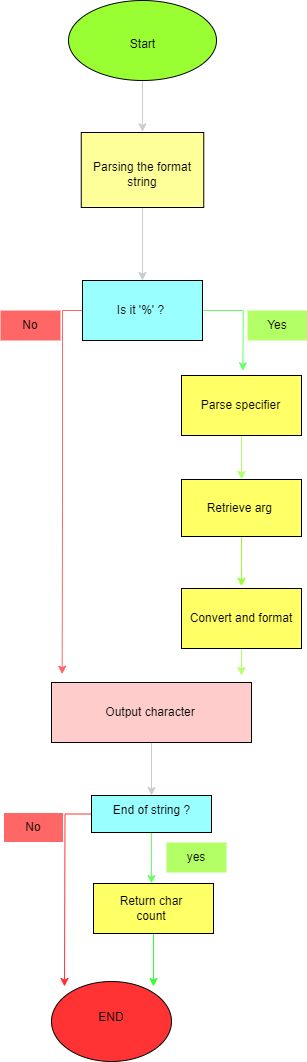
The draw.io diagram flowchartprintf().png in Aymeric154/holbertonschool-printf, before a commit. Source tidied: cells renumbered, new cells last; positions are measured from the earlier drawing's top-left corner, leaving out a move shared by most shapes. The source it was exported from:
```xml
<mxGraphModel>
  <root>
    <mxCell id="0" />
    <mxCell id="1" parent="0" />
    <mxCell id="2" style="edgeStyle=orthogonalEdgeStyle;rounded=0;jettySize=auto;html=1;exitX=0.5;exitY=1;exitDx=0;exitDy=0;fillColor=#CCCCCC;strokeColor=#CCCCCC;" parent="1" edge="1" source="3">
      <mxGeometry relative="1" as="geometry">
        <mxPoint x="142" y="131.3" as="targetPoint" />
      </mxGeometry>
    </mxCell>
    <mxCell id="3" style="ellipse;whiteSpace=wrap;html=1;fillColor=#99FF33;" parent="1" vertex="1">
      <mxGeometry x="68" width="148" height="80" as="geometry" />
    </mxCell>
    <mxCell id="4" value="Start" style="text;strokeColor=none;align=center;fillColor=none;html=1;verticalAlign=middle;whiteSpace=wrap;rounded=0;" parent="1" vertex="1">
      <mxGeometry x="95.5" y="14" width="93" height="60" as="geometry" />
    </mxCell>
    <mxCell id="5" style="edgeStyle=orthogonalEdgeStyle;rounded=0;jettySize=auto;html=1;exitX=0.5;exitY=1;exitDx=0;exitDy=0;entryX=0.5;entryY=0;entryDx=0;entryDy=0;strokeColor=#CCCCCC;" parent="1" edge="1" source="6" target="10">
      <mxGeometry relative="1" as="geometry" />
    </mxCell>
    <mxCell id="6" style="rounded=0;whiteSpace=wrap;html=1;fillColor=#FFFF99;" parent="1" vertex="1">
      <mxGeometry x="80.8" y="132" width="122.5" height="75" as="geometry" />
    </mxCell>
    <mxCell id="7" value="Parsing the format string" style="text;strokeColor=none;align=center;fillColor=none;html=1;verticalAlign=middle;whiteSpace=wrap;rounded=0;" parent="1" vertex="1">
      <mxGeometry x="87" y="159" width="110" height="30" as="geometry" />
    </mxCell>
    <mxCell id="8" style="edgeStyle=orthogonalEdgeStyle;rounded=0;jettySize=auto;html=1;exitX=1;exitY=0.5;exitDx=0;exitDy=0;strokeColor=#66FF66;" parent="1" edge="1" source="10">
      <mxGeometry relative="1" as="geometry">
        <mxPoint x="242.3" y="370.3" as="targetPoint" />
      </mxGeometry>
    </mxCell>
    <mxCell id="9" style="edgeStyle=orthogonalEdgeStyle;rounded=0;jettySize=auto;html=1;fillColor=#FF3333;strokeColor=#FF6666;" parent="1" edge="1" source="10">
      <mxGeometry relative="1" as="geometry">
        <mxPoint x="61.7" y="673.7" as="targetPoint" />
      </mxGeometry>
    </mxCell>
    <mxCell id="10" style="rounded=0;whiteSpace=wrap;html=1;fillColor=#99FFFF;" parent="1" vertex="1">
      <mxGeometry x="82" y="280" width="120" height="60" as="geometry" />
    </mxCell>
    <mxCell id="11" value="Is it '%' ?" style="text;strokeColor=none;align=center;fillColor=none;html=1;verticalAlign=middle;whiteSpace=wrap;rounded=0;" parent="1" vertex="1">
      <mxGeometry x="91" y="295" width="99" height="30" as="geometry" />
    </mxCell>
    <mxCell id="12" style="edgeStyle=orthogonalEdgeStyle;rounded=0;jettySize=auto;html=1;strokeColor=#B3FF66;" parent="1" edge="1" source="13" target="15">
      <mxGeometry relative="1" as="geometry" />
    </mxCell>
    <mxCell id="13" style="rounded=0;whiteSpace=wrap;html=1;fillColor=#FFFF66;" parent="1" vertex="1">
      <mxGeometry x="181" y="375" width="120" height="60" as="geometry" />
    </mxCell>
    <mxCell id="14" style="edgeStyle=orthogonalEdgeStyle;rounded=0;jettySize=auto;html=1;exitX=0.5;exitY=1;exitDx=0;exitDy=0;strokeColor=#99FF33;" parent="1" edge="1" source="15">
      <mxGeometry relative="1" as="geometry">
        <mxPoint x="241" y="585.7" as="targetPoint" />
      </mxGeometry>
    </mxCell>
    <mxCell id="15" value="Retrieve arg&amp;nbsp;" style="rounded=0;whiteSpace=wrap;html=1;fillColor=#FFFF66;" parent="1" vertex="1">
      <mxGeometry x="181" y="479" width="120" height="57" as="geometry" />
    </mxCell>
    <mxCell id="16" style="edgeStyle=orthogonalEdgeStyle;rounded=0;jettySize=auto;html=1;strokeColor=#B3FF66;" parent="1" edge="1" source="17">
      <mxGeometry relative="1" as="geometry">
        <mxPoint x="241" y="675" as="targetPoint" />
      </mxGeometry>
    </mxCell>
    <mxCell id="17" value="Convert and format" style="rounded=0;whiteSpace=wrap;html=1;fillColor=#FFFF66;" parent="1" vertex="1">
      <mxGeometry x="181" y="588" width="120" height="60" as="geometry" />
    </mxCell>
    <mxCell id="18" value="Parse specifier" style="text;strokeColor=none;align=center;fillColor=none;html=1;verticalAlign=middle;whiteSpace=wrap;rounded=0;" parent="1" vertex="1">
      <mxGeometry x="181" y="390" width="119" height="30" as="geometry" />
    </mxCell>
    <mxCell id="19" style="edgeStyle=orthogonalEdgeStyle;rounded=0;jettySize=auto;html=1;exitX=0.5;exitY=1;exitDx=0;exitDy=0;strokeColor=#CCCCCC;" parent="1" edge="1" source="20" target="24">
      <mxGeometry relative="1" as="geometry" />
    </mxCell>
    <mxCell id="20" style="rounded=0;whiteSpace=wrap;html=1;fillColor=#FFCCCC;" parent="1" vertex="1">
      <mxGeometry x="51" y="682" width="200" height="60" as="geometry" />
    </mxCell>
    <mxCell id="21" value="Output character" style="text;strokeColor=none;align=center;fillColor=none;html=1;verticalAlign=middle;whiteSpace=wrap;rounded=0;" parent="1" vertex="1">
      <mxGeometry x="74" y="697" width="152" height="30" as="geometry" />
    </mxCell>
    <mxCell id="22" style="edgeStyle=orthogonalEdgeStyle;rounded=0;jettySize=auto;html=1;exitX=0;exitY=0.5;exitDx=0;exitDy=0;strokeColor=#FF3333;" parent="1" edge="1" source="24">
      <mxGeometry relative="1" as="geometry">
        <mxPoint x="64" y="986" as="targetPoint" />
      </mxGeometry>
    </mxCell>
    <mxCell id="23" style="edgeStyle=orthogonalEdgeStyle;rounded=0;jettySize=auto;html=1;exitX=0.5;exitY=1;exitDx=0;exitDy=0;strokeColor=#66FF66;" parent="1" edge="1" source="24">
      <mxGeometry relative="1" as="geometry">
        <mxPoint x="151" y="883" as="targetPoint" />
      </mxGeometry>
    </mxCell>
    <mxCell id="24" style="rounded=0;whiteSpace=wrap;html=1;fillColor=#99FFFF;" parent="1" vertex="1">
      <mxGeometry x="91" y="795" width="120" height="37" as="geometry" />
    </mxCell>
    <mxCell id="25" value="End of string ?" style="text;strokeColor=none;align=center;fillColor=none;html=1;verticalAlign=middle;whiteSpace=wrap;rounded=0;" parent="1" vertex="1">
      <mxGeometry x="106.5" y="795" width="89" height="30" as="geometry" />
    </mxCell>
    <mxCell id="26" style="edgeStyle=orthogonalEdgeStyle;rounded=0;jettySize=auto;html=1;exitX=0.5;exitY=1;exitDx=0;exitDy=0;strokeColor=#33FF33;" parent="1" edge="1" source="27">
      <mxGeometry relative="1" as="geometry">
        <mxPoint x="153" y="986" as="targetPoint" />
      </mxGeometry>
    </mxCell>
    <mxCell id="27" style="rounded=0;whiteSpace=wrap;html=1;fillColor=#FFFF66;" parent="1" vertex="1">
      <mxGeometry x="93" y="883" width="120" height="50" as="geometry" />
    </mxCell>
    <mxCell id="28" value="Return char count" style="text;strokeColor=none;align=center;fillColor=none;html=1;verticalAlign=middle;whiteSpace=wrap;rounded=0;" parent="1" vertex="1">
      <mxGeometry x="104" y="894" width="94" height="27.5" as="geometry" />
    </mxCell>
    <mxCell id="29" style="edgeStyle=orthogonalEdgeStyle;rounded=0;orthogonalLoop=1;jettySize=auto;html=1;exitX=0.5;exitY=1;exitDx=0;exitDy=0;" parent="1" edge="1" source="27" target="27">
      <mxGeometry relative="1" as="geometry" />
    </mxCell>
    <mxCell id="30" value="yes" style="text;strokeColor=none;align=center;fillColor=#B3FF66;html=1;verticalAlign=middle;whiteSpace=wrap;rounded=0;" parent="1" vertex="1">
      <mxGeometry x="166" y="842" width="60" height="30" as="geometry" />
    </mxCell>
    <mxCell id="31" value="No" style="text;strokeColor=#FFFFFF;align=center;fillColor=#FF6666;html=1;verticalAlign=middle;whiteSpace=wrap;rounded=0;" parent="1" vertex="1">
      <mxGeometry x="3" y="812" width="60" height="30" as="geometry" />
    </mxCell>
    <mxCell id="32" style="ellipse;whiteSpace=wrap;html=1;fillColor=#FF3333;" parent="1" vertex="1">
      <mxGeometry x="51" y="981" width="120" height="80" as="geometry" />
    </mxCell>
    <mxCell id="33" value="END" style="text;strokeColor=none;align=center;fillColor=none;html=1;verticalAlign=middle;whiteSpace=wrap;rounded=0;" parent="1" vertex="1">
      <mxGeometry x="81" y="1002" width="60" height="30" as="geometry" />
    </mxCell>
    <mxCell id="34" value="No" style="text;strokeColor=none;align=center;fillColor=#FF6666;html=1;verticalAlign=middle;whiteSpace=wrap;rounded=0;" parent="1" vertex="1">
      <mxGeometry y="310" width="60" height="30" as="geometry" />
    </mxCell>
    <mxCell id="35" value="Yes" style="text;strokeColor=none;align=center;fillColor=#B3FF66;html=1;verticalAlign=middle;whiteSpace=wrap;rounded=0;" parent="1" vertex="1">
      <mxGeometry x="247" y="310" width="60" height="30" as="geometry" />
    </mxCell>
  </root>
</mxGraphModel>
```
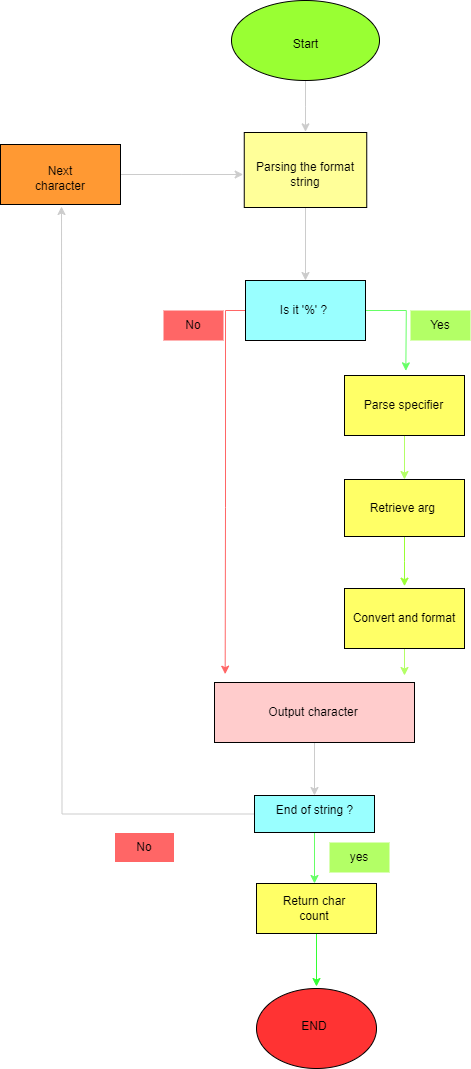
After the commit.

Commit message:
Mettre à jour flowchartprintf().png

What changed in the source:
```diff
@@ -72,16 +72,16 @@
     <mxCell id="21" value="Output character" style="text;strokeColor=none;align=center;fillColor=none;html=1;verticalAlign=middle;whiteSpace=wrap;rounded=0;" parent="1" vertex="1">
       <mxGeometry x="74" y="697" width="152" height="30" as="geometry" />
     </mxCell>
-    <mxCell id="22" style="edgeStyle=orthogonalEdgeStyle;rounded=0;jettySize=auto;html=1;exitX=0;exitY=0.5;exitDx=0;exitDy=0;strokeColor=#FF3333;" parent="1" edge="1" source="24">
-      <mxGeometry relative="1" as="geometry">
-        <mxPoint x="64" y="986" as="targetPoint" />
-      </mxGeometry>
-    </mxCell>
     <mxCell id="23" style="edgeStyle=orthogonalEdgeStyle;rounded=0;jettySize=auto;html=1;exitX=0.5;exitY=1;exitDx=0;exitDy=0;strokeColor=#66FF66;" parent="1" edge="1" source="24">
       <mxGeometry relative="1" as="geometry">
         <mxPoint x="151" y="883" as="targetPoint" />
       </mxGeometry>
     </mxCell>
+    <mxCell id="36" style="edgeStyle=orthogonalEdgeStyle;rounded=0;jettySize=auto;html=1;strokeColor=#CCCCCC;" parent="1" edge="1" source="24">
+      <mxGeometry relative="1" as="geometry">
+        <mxPoint x="-102" y="206" as="targetPoint" />
+      </mxGeometry>
+    </mxCell>
     <mxCell id="24" style="rounded=0;whiteSpace=wrap;html=1;fillColor=#99FFFF;" parent="1" vertex="1">
       <mxGeometry x="91" y="795" width="120" height="37" as="geometry" />
     </mxCell>
@@ -106,13 +106,13 @@
       <mxGeometry x="166" y="842" width="60" height="30" as="geometry" />
     </mxCell>
     <mxCell id="31" value="No" style="text;strokeColor=#FFFFFF;align=center;fillColor=#FF6666;html=1;verticalAlign=middle;whiteSpace=wrap;rounded=0;" parent="1" vertex="1">
-      <mxGeometry x="3" y="812" width="60" height="30" as="geometry" />
+      <mxGeometry x="-49" y="832" width="60" height="30" as="geometry" />
     </mxCell>
     <mxCell id="32" style="ellipse;whiteSpace=wrap;html=1;fillColor=#FF3333;" parent="1" vertex="1">
-      <mxGeometry x="51" y="981" width="120" height="80" as="geometry" />
+      <mxGeometry x="93" y="988" width="120" height="80" as="geometry" />
     </mxCell>
     <mxCell id="33" value="END" style="text;strokeColor=none;align=center;fillColor=none;html=1;verticalAlign=middle;whiteSpace=wrap;rounded=0;" parent="1" vertex="1">
-      <mxGeometry x="81" y="1002" width="60" height="30" as="geometry" />
+      <mxGeometry x="121" y="1011" width="60" height="30" as="geometry" />
     </mxCell>
     <mxCell id="34" value="No" style="text;strokeColor=none;align=center;fillColor=#FF6666;html=1;verticalAlign=middle;whiteSpace=wrap;rounded=0;" parent="1" vertex="1">
       <mxGeometry y="310" width="60" height="30" as="geometry" />
@@ -120,5 +120,16 @@
     <mxCell id="35" value="Yes" style="text;strokeColor=none;align=center;fillColor=#B3FF66;html=1;verticalAlign=middle;whiteSpace=wrap;rounded=0;" parent="1" vertex="1">
       <mxGeometry x="247" y="310" width="60" height="30" as="geometry" />
     </mxCell>
+    <mxCell id="37" style="edgeStyle=orthogonalEdgeStyle;rounded=0;jettySize=auto;html=1;exitX=1;exitY=0.5;exitDx=0;exitDy=0;strokeColor=#CCCCCC;" parent="1" edge="1" source="38">
+      <mxGeometry relative="1" as="geometry">
+        <mxPoint x="79.7" y="174" as="targetPoint" />
+      </mxGeometry>
+    </mxCell>
+    <mxCell id="38" style="rounded=0;whiteSpace=wrap;html=1;fillColor=#FF9933;" parent="1" vertex="1">
+      <mxGeometry x="-163" y="144" width="120" height="60" as="geometry" />
+    </mxCell>
+    <mxCell id="39" value="Next character" style="text;strokeColor=none;align=center;fillColor=none;html=1;verticalAlign=middle;whiteSpace=wrap;rounded=0;" parent="1" vertex="1">
+      <mxGeometry x="-133" y="163" width="60" height="30" as="geometry" />
+    </mxCell>
   </root>
 </mxGraphModel>
```
